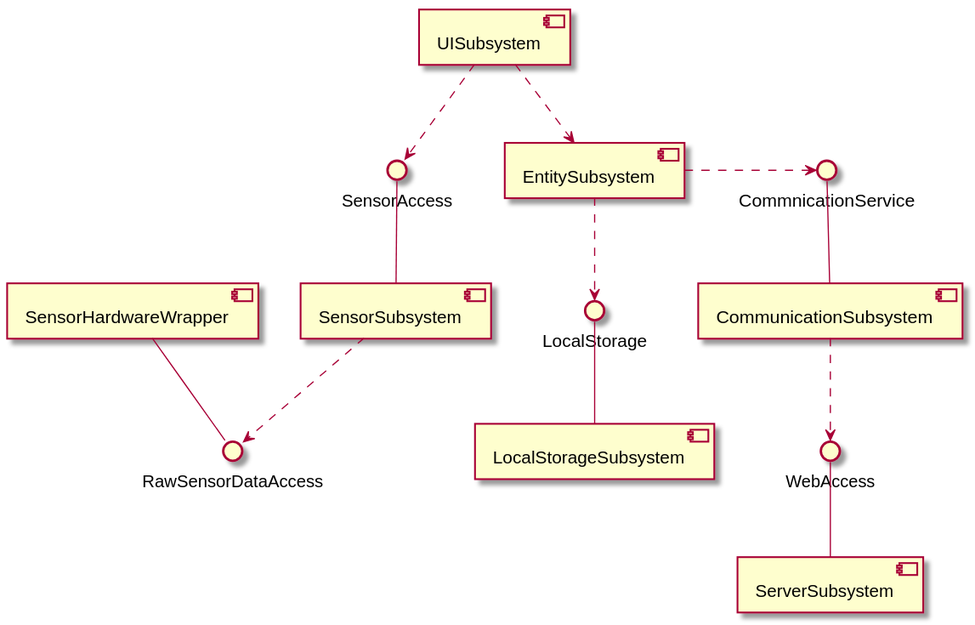
kpp19920121/doc keeps this PlantUML diagram as 设计/Diagrams/SubsystemDecomposition.svg. Above is the earlier version.
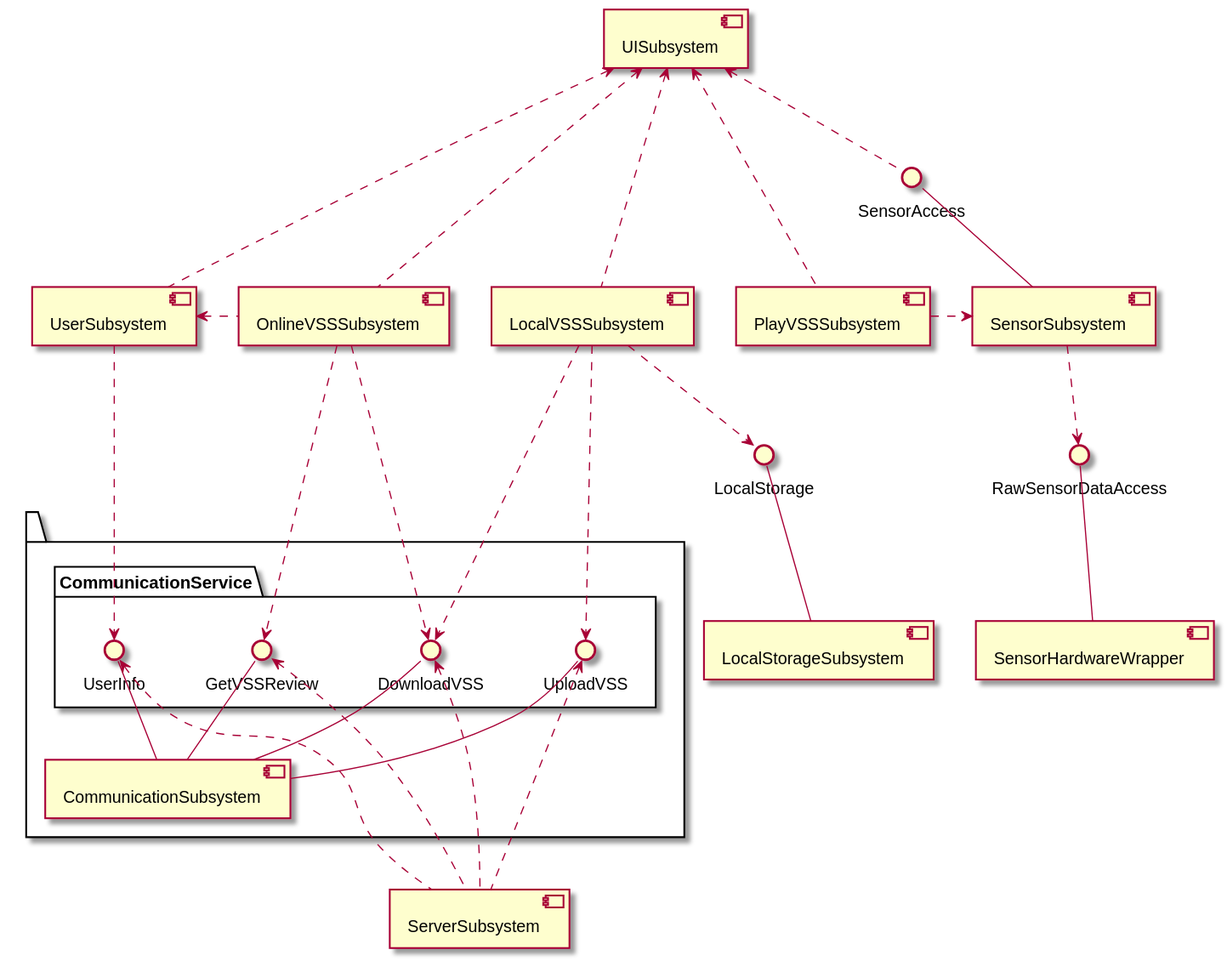
The same file after the commit.

What changed in the source:
```diff
@@ -1,24 +1,62 @@
 @startuml Diagrams/SubsystemDecomposition
 skinparam componentStyle uml2
 
-interface "WebAccess" as WA
-interface "CommnicationService" as CI
 interface "LocalStorage" as LS
+
 interface "SensorAccess" as SA
 interface "RawSensorDataAccess" as BC
 
-[ServerSubsystem] -up- WA
-[CommunicationSubsystem] -up- CI
+package  " "{
+
+package "CommunicationService" {
+    interface "UploadVSS" as UL
+    interface "DownloadVSS" as DL
+    interface "GetVSSReview" as GR
+    interface "UserInfo" as US
+    UL -[hidden] DL
+    DL -[hidden] GR
+    GR -[hidden] US
+}
+    component "CommunicationSubsystem" as CommunicationSubsystem
+    UL -- CommunicationSubsystem
+    DL -- CommunicationSubsystem
+    GR -- CommunicationSubsystem
+    US -- CommunicationSubsystem
+}
+[LocalVSSSubsystem]
+[OnlineVSSSubsystem]
+[PlayVSSSubsystem]
+[SensorSubsystem] -up- SA
+[SensorHardwareWrapper] -up- BC
+[SensorSubsystem] ..> BC
+
 [LocalStorageSubsystem] -up- LS
-[EntitySubsystem]
-[SensorSubsystem] -up- SA
+[LocalVSSSubsystem] ..> LS
+
 [UISubsystem]
 
-[CommunicationSubsystem] .down.> WA
-[EntitySubsystem] ..> LS
-[EntitySubsystem] .right.> CI
-[UISubsystem] ..> SA
-[UISubsystem] ..> [EntitySubsystem]
-[SensorHardwareWrapper] -down- BC
-[SensorSubsystem] ..> BC
+[UserSubsystem] <. [OnlineVSSSubsystem]
+[OnlineVSSSubsystem] -[hidden] [LocalVSSSubsystem]
+[LocalVSSSubsystem] -[hidden] [PlayVSSSubsystem]
+[PlayVSSSubsystem] .> [SensorSubsystem]
+
+
+[ServerSubsystem] .-up.> UL
+[ServerSubsystem] .-up.> DL
+[ServerSubsystem] .-up.> GR
+[ServerSubsystem] .-up.> US
+
+
+[LocalVSSSubsystem] .-down.> UL
+[LocalVSSSubsystem] .-down.> DL
+[OnlineVSSSubsystem] .-down.> DL
+[OnlineVSSSubsystem] .-down.> GR
+[UserSubsystem] .-down-> US
+
+[UISubsystem] <.-down. [UserSubsystem]
+[UISubsystem] <.-down. [OnlineVSSSubsystem]
+[UISubsystem] <.-down. [LocalVSSSubsystem]
+[UISubsystem] <.-down. [PlayVSSSubsystem]
+[UISubsystem] <.[hidden]. [SensorSubsystem]
+[UISubsystem] <.. SA
 @enduml
```
